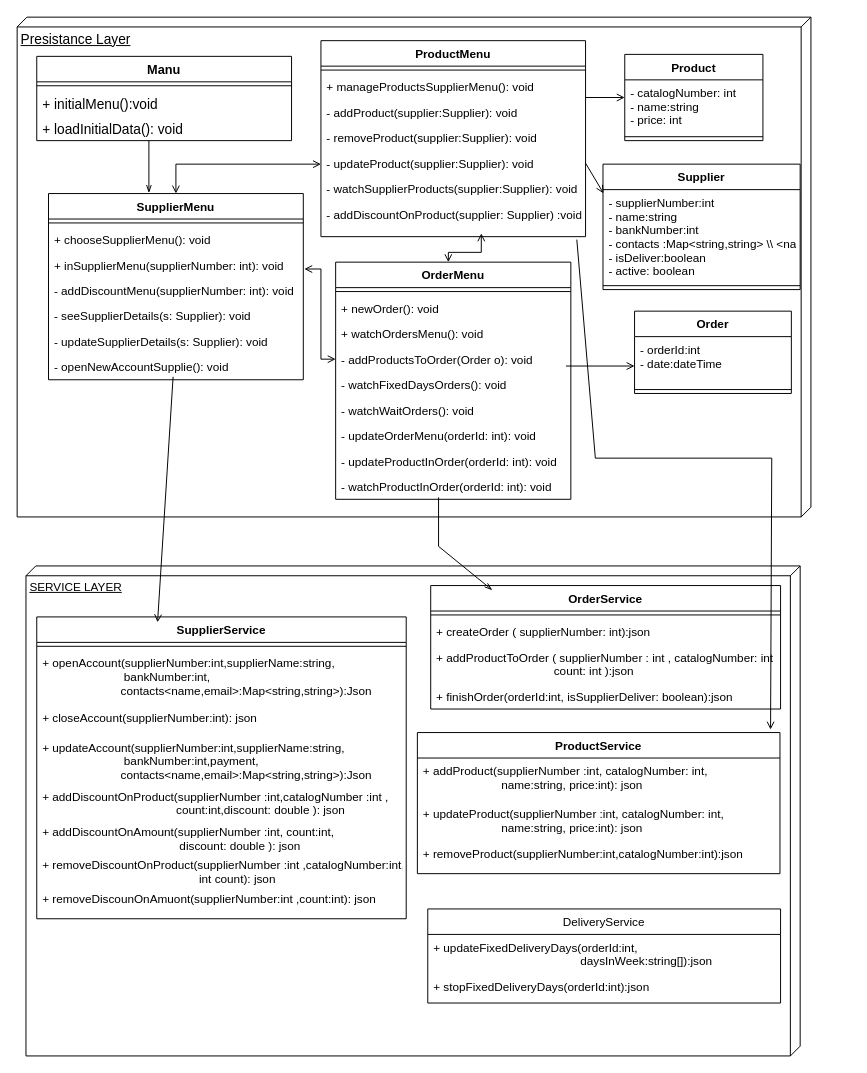
The draw.io diagram page "presistance-service" (2 of 4) of docs/suppliers/diagram.drawio in Naveavra/Market, before the edit. Source tidied: cells renumbered, new cells numbered last; positions are measured from the earlier drawing's top-left corner, leaving out a move shared by most shapes. Both pictures are drawn from the tidied source at 98%, with x=0, y=0 at pixel (17, 17).
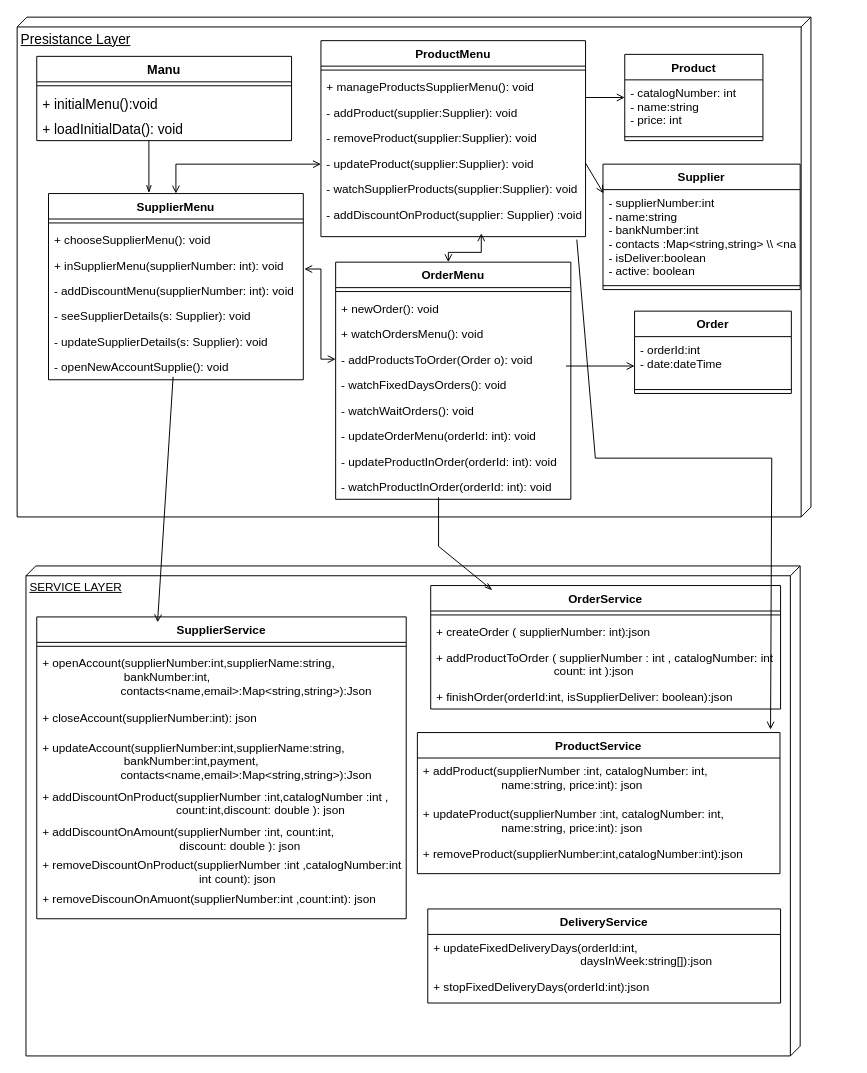
After the change.

What changed in the source:
```diff
@@
-    <mxCell id="66" value="DeliveryService" style="swimlane;fontStyle=0;horizontal=1;startSize=26;fillColor=none;" parent="1" vertex="1">
+    <mxCell id="66" value="DeliveryService" style="swimlane;fontStyle=1;horizontal=1;startSize=26;fillColor=none;" parent="1" vertex="1">
       <mxGeometry x="419" y="910" width="360" height="96" as="geometry" />
     </mxCell>
```
